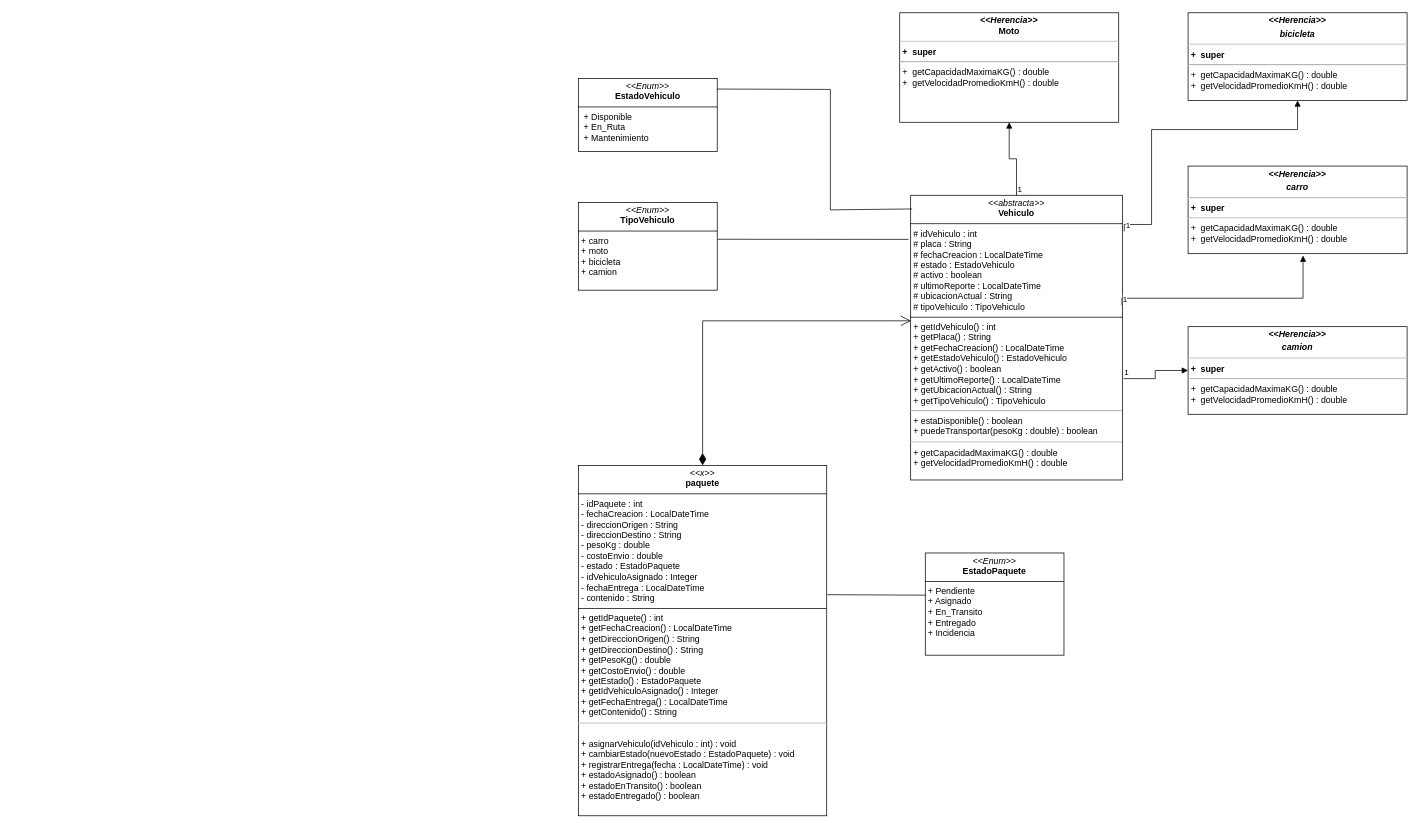
The draw.io diagram Java/Proyectos/Curso_Cliente_Servidor/Diagrama sin título.drawio in BATRUCHO/university-projects, before the edit. Source tidied: cells renumbered, new cells numbered last; positions are measured from the earlier drawing's top-left corner, leaving out a move shared by most shapes. Both pictures are drawn from the tidied source at 73%, with x=0, y=0 at pixel (578, 12).
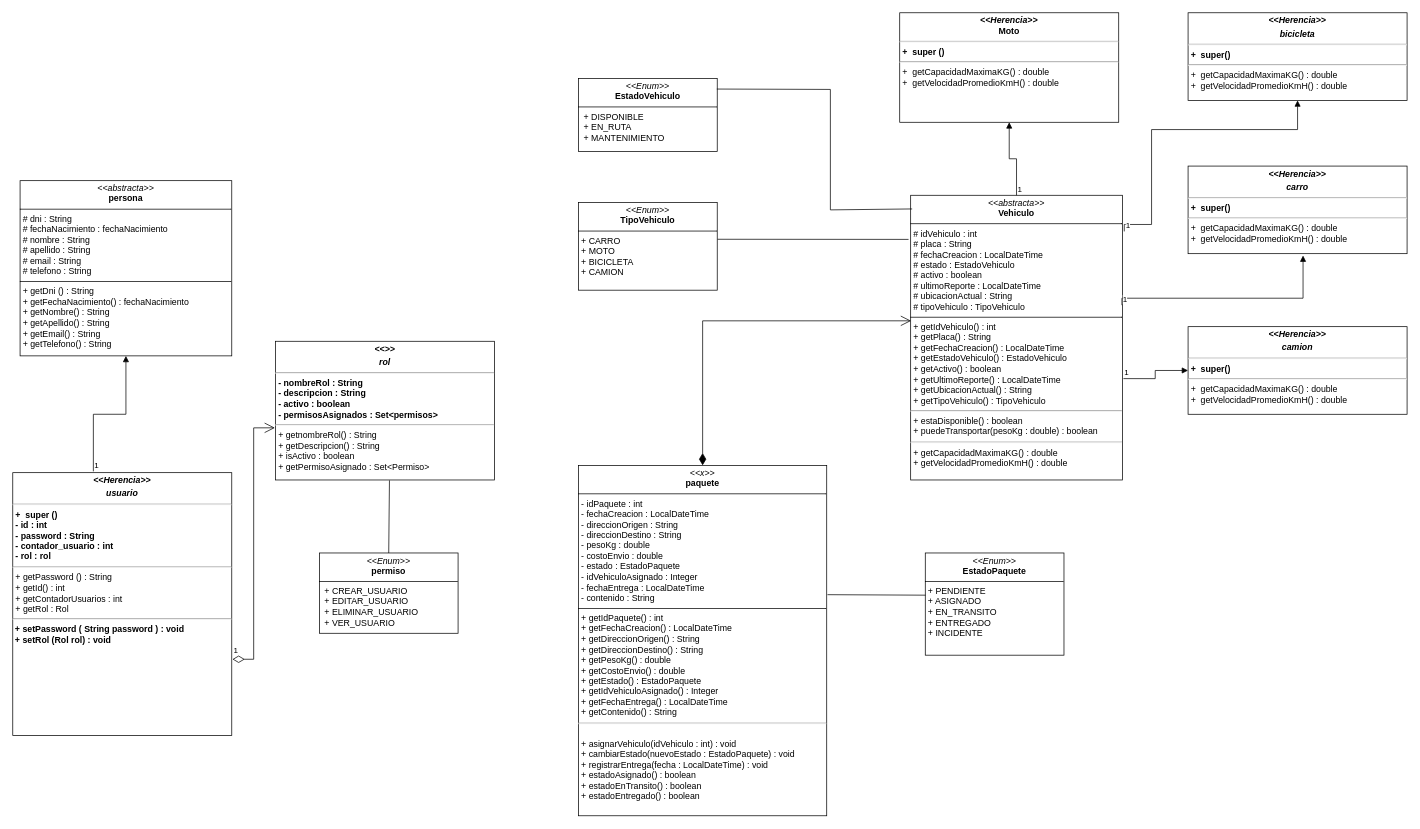
The same diagram, later.

Diff of the diagram source:
```diff
@@
-    <mxCell id="2" value="&lt;p style=&quot;margin:0px;margin-top:4px;text-align:center;&quot;&gt;&lt;i&gt;&amp;lt;&amp;lt;Herencia&amp;gt;&amp;gt;&lt;/i&gt;&lt;br&gt;Moto&lt;/p&gt;&lt;hr&gt;&lt;p style=&quot;margin:0px;margin-left:4px;&quot;&gt;+&amp;nbsp; super&lt;/p&gt;&lt;hr&gt;&lt;p style=&quot;font-weight: 400; margin: 0px 0px 0px 4px;&quot;&gt;+&amp;nbsp; getCapacidadMaximaKG() : double&lt;/p&gt;&lt;p style=&quot;font-weight: 400; margin: 0px 0px 0px 4px;&quot;&gt;+&amp;nbsp; getVelocidadPromedioKmH() : double&lt;/p&gt;" style="verticalAlign=top;align=left;overflow=fill;html=1;whiteSpace=wrap;fontStyle=1;" parent="1" vertex="1">
+    <mxCell id="2" value="&lt;p style=&quot;margin:0px;margin-top:4px;text-align:center;&quot;&gt;&lt;i&gt;&amp;lt;&amp;lt;Herencia&amp;gt;&amp;gt;&lt;/i&gt;&lt;br&gt;Moto&lt;/p&gt;&lt;hr&gt;&lt;p style=&quot;margin:0px;margin-left:4px;&quot;&gt;+&amp;nbsp; super ()&lt;/p&gt;&lt;hr&gt;&lt;p style=&quot;font-weight: 400; margin: 0px 0px 0px 4px;&quot;&gt;+&amp;nbsp; getCapacidadMaximaKG() : double&lt;/p&gt;&lt;p style=&quot;font-weight: 400; margin: 0px 0px 0px 4px;&quot;&gt;+&amp;nbsp; getVelocidadPromedioKmH() : double&lt;/p&gt;" style="verticalAlign=top;align=left;overflow=fill;html=1;whiteSpace=wrap;fontStyle=1;" parent="1" vertex="1">
       <mxGeometry x="440" width="300" height="150" as="geometry" />
     </mxCell>
@@
-    <mxCell id="4" value="&lt;p style=&quot;margin:0px;margin-top:4px;text-align:center;&quot;&gt;&lt;i&gt;&amp;lt;&amp;lt;Enum&amp;gt;&amp;gt;&lt;/i&gt;&lt;br&gt;&lt;b&gt;EstadoPaquete&lt;/b&gt;&lt;/p&gt;&lt;hr size=&quot;1&quot; style=&quot;border-style:solid;&quot;&gt;&lt;p style=&quot;margin:0px;margin-left:4px;&quot;&gt;+ Pendiente&lt;/p&gt;&lt;p style=&quot;margin:0px;margin-left:4px;&quot;&gt;+ Asignado&lt;/p&gt;&lt;p style=&quot;margin:0px;margin-left:4px;&quot;&gt;+ En_Transito&lt;/p&gt;&lt;p style=&quot;margin:0px;margin-left:4px;&quot;&gt;+ Entregado&lt;/p&gt;&lt;p style=&quot;margin:0px;margin-left:4px;&quot;&gt;+ Incidencia&lt;/p&gt;" style="verticalAlign=top;align=left;overflow=fill;html=1;whiteSpace=wrap;" parent="1" vertex="1">
+    <mxCell id="4" value="&lt;p style=&quot;margin:0px;margin-top:4px;text-align:center;&quot;&gt;&lt;i&gt;&amp;lt;&amp;lt;Enum&amp;gt;&amp;gt;&lt;/i&gt;&lt;br&gt;&lt;b&gt;EstadoPaquete&lt;/b&gt;&lt;/p&gt;&lt;hr size=&quot;1&quot; style=&quot;border-style:solid;&quot;&gt;&lt;p style=&quot;margin:0px;margin-left:4px;&quot;&gt;+ PENDIENTE&lt;/p&gt;&lt;p style=&quot;margin:0px;margin-left:4px;&quot;&gt;+ ASIGNADO&lt;/p&gt;&lt;p style=&quot;margin:0px;margin-left:4px;&quot;&gt;+ EN_TRANSITO&lt;/p&gt;&lt;p style=&quot;margin:0px;margin-left:4px;&quot;&gt;+ ENTREGADO&lt;/p&gt;&lt;p style=&quot;margin:0px;margin-left:4px;&quot;&gt;+ INCIDENTE&lt;/p&gt;" style="verticalAlign=top;align=left;overflow=fill;html=1;whiteSpace=wrap;" parent="1" vertex="1">
       <mxGeometry x="475" y="740" width="190" height="140" as="geometry" />
     </mxCell>
-    <mxCell id="5" value="&lt;p style=&quot;margin:0px;margin-top:4px;text-align:center;&quot;&gt;&lt;i&gt;&amp;lt;&amp;lt;Enum&amp;gt;&amp;gt;&lt;/i&gt;&lt;br&gt;&lt;b&gt;EstadoVehiculo&lt;/b&gt;&lt;/p&gt;&lt;hr size=&quot;1&quot; style=&quot;border-style:solid;&quot;&gt;&lt;p style=&quot;margin:0px;margin-left:4px;&quot;&gt;&amp;nbsp;+ Disponible&lt;/p&gt;&lt;p style=&quot;margin:0px;margin-left:4px;&quot;&gt;&amp;nbsp;+ En_Ruta&lt;/p&gt;&lt;p style=&quot;margin:0px;margin-left:4px;&quot;&gt;&amp;nbsp;+ Mantenimiento&lt;/p&gt;" style="verticalAlign=top;align=left;overflow=fill;html=1;whiteSpace=wrap;" parent="1" vertex="1">
+    <mxCell id="5" value="&lt;p style=&quot;margin:0px;margin-top:4px;text-align:center;&quot;&gt;&lt;i&gt;&amp;lt;&amp;lt;Enum&amp;gt;&amp;gt;&lt;/i&gt;&lt;br&gt;&lt;b&gt;EstadoVehiculo&lt;/b&gt;&lt;/p&gt;&lt;hr size=&quot;1&quot; style=&quot;border-style:solid;&quot;&gt;&lt;p style=&quot;margin:0px;margin-left:4px;&quot;&gt;&amp;nbsp;+ DISPONIBLE&lt;/p&gt;&lt;p style=&quot;margin:0px;margin-left:4px;&quot;&gt;&amp;nbsp;+ EN_RUTA&lt;/p&gt;&lt;p style=&quot;margin:0px;margin-left:4px;&quot;&gt;&amp;nbsp;+ MANTENIMIENTO&lt;/p&gt;" style="verticalAlign=top;align=left;overflow=fill;html=1;whiteSpace=wrap;" parent="1" vertex="1">
       <mxGeometry y="90" width="190" height="100" as="geometry" />
     </mxCell>
@@
-    <mxCell id="7" value="&lt;p style=&quot;margin:0px;margin-top:4px;text-align:center;&quot;&gt;&lt;i&gt;&amp;lt;&amp;lt;Herencia&amp;gt;&amp;gt;&lt;/i&gt;&lt;br&gt;&lt;/p&gt;&lt;p style=&quot;margin:0px;margin-top:4px;text-align:center;&quot;&gt;&lt;i&gt;bicicleta&lt;/i&gt;&lt;/p&gt;&lt;hr&gt;&lt;p style=&quot;margin:0px;margin-left:4px;&quot;&gt;+&amp;nbsp; super&lt;/p&gt;&lt;hr&gt;&lt;p style=&quot;font-weight: 400; margin: 0px 0px 0px 4px;&quot;&gt;+&amp;nbsp; getCapacidadMaximaKG() : double&lt;/p&gt;&lt;p style=&quot;font-weight: 400; margin: 0px 0px 0px 4px;&quot;&gt;+&amp;nbsp; getVelocidadPromedioKmH() : double&lt;/p&gt;" style="verticalAlign=top;align=left;overflow=fill;html=1;whiteSpace=wrap;fontStyle=1;" parent="1" vertex="1">
+    <mxCell id="7" value="&lt;p style=&quot;margin:0px;margin-top:4px;text-align:center;&quot;&gt;&lt;i&gt;&amp;lt;&amp;lt;Herencia&amp;gt;&amp;gt;&lt;/i&gt;&lt;br&gt;&lt;/p&gt;&lt;p style=&quot;margin:0px;margin-top:4px;text-align:center;&quot;&gt;&lt;i&gt;bicicleta&lt;/i&gt;&lt;/p&gt;&lt;hr&gt;&lt;p style=&quot;margin:0px;margin-left:4px;&quot;&gt;+&amp;nbsp; super()&lt;/p&gt;&lt;hr&gt;&lt;p style=&quot;font-weight: 400; margin: 0px 0px 0px 4px;&quot;&gt;+&amp;nbsp; getCapacidadMaximaKG() : double&lt;/p&gt;&lt;p style=&quot;font-weight: 400; margin: 0px 0px 0px 4px;&quot;&gt;+&amp;nbsp; getVelocidadPromedioKmH() : double&lt;/p&gt;" style="verticalAlign=top;align=left;overflow=fill;html=1;whiteSpace=wrap;fontStyle=1;" parent="1" vertex="1">
       <mxGeometry x="835" width="300" height="120" as="geometry" />
     </mxCell>
-    <mxCell id="8" value="&lt;p style=&quot;margin:0px;margin-top:4px;text-align:center;&quot;&gt;&lt;i&gt;&amp;lt;&amp;lt;Herencia&amp;gt;&amp;gt;&lt;/i&gt;&lt;br&gt;&lt;/p&gt;&lt;p style=&quot;margin:0px;margin-top:4px;text-align:center;&quot;&gt;&lt;i&gt;carro&lt;/i&gt;&lt;/p&gt;&lt;hr&gt;&lt;p style=&quot;margin:0px;margin-left:4px;&quot;&gt;+&amp;nbsp; super&lt;/p&gt;&lt;hr&gt;&lt;p style=&quot;font-weight: 400; margin: 0px 0px 0px 4px;&quot;&gt;+&amp;nbsp; getCapacidadMaximaKG() : double&lt;/p&gt;&lt;p style=&quot;font-weight: 400; margin: 0px 0px 0px 4px;&quot;&gt;+&amp;nbsp; getVelocidadPromedioKmH() : double&lt;/p&gt;" style="verticalAlign=top;align=left;overflow=fill;html=1;whiteSpace=wrap;fontStyle=1;" parent="1" vertex="1">
+    <mxCell id="8" value="&lt;p style=&quot;margin:0px;margin-top:4px;text-align:center;&quot;&gt;&lt;i&gt;&amp;lt;&amp;lt;Herencia&amp;gt;&amp;gt;&lt;/i&gt;&lt;br&gt;&lt;/p&gt;&lt;p style=&quot;margin:0px;margin-top:4px;text-align:center;&quot;&gt;&lt;i&gt;carro&lt;/i&gt;&lt;/p&gt;&lt;hr&gt;&lt;p style=&quot;margin:0px;margin-left:4px;&quot;&gt;+&amp;nbsp; super()&lt;/p&gt;&lt;hr&gt;&lt;p style=&quot;font-weight: 400; margin: 0px 0px 0px 4px;&quot;&gt;+&amp;nbsp; getCapacidadMaximaKG() : double&lt;/p&gt;&lt;p style=&quot;font-weight: 400; margin: 0px 0px 0px 4px;&quot;&gt;+&amp;nbsp; getVelocidadPromedioKmH() : double&lt;/p&gt;" style="verticalAlign=top;align=left;overflow=fill;html=1;whiteSpace=wrap;fontStyle=1;" parent="1" vertex="1">
       <mxGeometry x="835" y="210" width="300" height="120" as="geometry" />
     </mxCell>
-    <mxCell id="9" value="&lt;p style=&quot;margin:0px;margin-top:4px;text-align:center;&quot;&gt;&lt;i&gt;&amp;lt;&amp;lt;Herencia&amp;gt;&amp;gt;&lt;/i&gt;&lt;br&gt;&lt;/p&gt;&lt;p style=&quot;margin:0px;margin-top:4px;text-align:center;&quot;&gt;&lt;i&gt;camion&lt;/i&gt;&lt;/p&gt;&lt;hr&gt;&lt;p style=&quot;margin:0px;margin-left:4px;&quot;&gt;+&amp;nbsp; super&lt;/p&gt;&lt;hr&gt;&lt;p style=&quot;font-weight: 400; margin: 0px 0px 0px 4px;&quot;&gt;+&amp;nbsp; getCapacidadMaximaKG() : double&lt;/p&gt;&lt;p style=&quot;font-weight: 400; margin: 0px 0px 0px 4px;&quot;&gt;+&amp;nbsp; getVelocidadPromedioKmH() : double&lt;/p&gt;" style="verticalAlign=top;align=left;overflow=fill;html=1;whiteSpace=wrap;fontStyle=1;" parent="1" vertex="1">
+    <mxCell id="9" value="&lt;p style=&quot;margin:0px;margin-top:4px;text-align:center;&quot;&gt;&lt;i&gt;&amp;lt;&amp;lt;Herencia&amp;gt;&amp;gt;&lt;/i&gt;&lt;br&gt;&lt;/p&gt;&lt;p style=&quot;margin:0px;margin-top:4px;text-align:center;&quot;&gt;&lt;i&gt;camion&lt;/i&gt;&lt;/p&gt;&lt;hr&gt;&lt;p style=&quot;margin:0px;margin-left:4px;&quot;&gt;+&amp;nbsp; super()&lt;/p&gt;&lt;hr&gt;&lt;p style=&quot;font-weight: 400; margin: 0px 0px 0px 4px;&quot;&gt;+&amp;nbsp; getCapacidadMaximaKG() : double&lt;/p&gt;&lt;p style=&quot;font-weight: 400; margin: 0px 0px 0px 4px;&quot;&gt;+&amp;nbsp; getVelocidadPromedioKmH() : double&lt;/p&gt;" style="verticalAlign=top;align=left;overflow=fill;html=1;whiteSpace=wrap;fontStyle=1;" parent="1" vertex="1">
       <mxGeometry x="835" y="430" width="300" height="120" as="geometry" />
     </mxCell>
@@
-    <mxCell id="19" value="&lt;p style=&quot;margin:0px;margin-top:4px;text-align:center;&quot;&gt;&lt;i&gt;&amp;lt;&amp;lt;Enum&amp;gt;&amp;gt;&lt;/i&gt;&lt;br&gt;&lt;b&gt;TipoVehiculo&lt;/b&gt;&lt;/p&gt;&lt;hr size=&quot;1&quot; style=&quot;border-style:solid;&quot;&gt;&lt;p style=&quot;margin:0px;margin-left:4px;&quot;&gt;+ carro&lt;/p&gt;&lt;p style=&quot;margin:0px;margin-left:4px;&quot;&gt;+ moto&lt;/p&gt;&lt;p style=&quot;margin:0px;margin-left:4px;&quot;&gt;+ bicicleta&amp;nbsp;&lt;/p&gt;&lt;p style=&quot;margin:0px;margin-left:4px;&quot;&gt;+ camion&lt;/p&gt;&lt;p style=&quot;margin:0px;margin-left:4px;&quot;&gt;&lt;br&gt;&lt;/p&gt;" style="verticalAlign=top;align=left;overflow=fill;html=1;whiteSpace=wrap;" parent="1" vertex="1">
+    <mxCell id="19" value="&lt;p style=&quot;margin:0px;margin-top:4px;text-align:center;&quot;&gt;&lt;i&gt;&amp;lt;&amp;lt;Enum&amp;gt;&amp;gt;&lt;/i&gt;&lt;br&gt;&lt;b&gt;TipoVehiculo&lt;/b&gt;&lt;/p&gt;&lt;hr size=&quot;1&quot; style=&quot;border-style:solid;&quot;&gt;&lt;p style=&quot;margin:0px;margin-left:4px;&quot;&gt;+ CARRO&lt;/p&gt;&lt;p style=&quot;margin:0px;margin-left:4px;&quot;&gt;+ MOTO&lt;/p&gt;&lt;p style=&quot;margin:0px;margin-left:4px;&quot;&gt;+ BICICLETA&amp;nbsp;&lt;/p&gt;&lt;p style=&quot;margin:0px;margin-left:4px;&quot;&gt;+ CAMION&lt;/p&gt;&lt;p style=&quot;margin:0px;margin-left:4px;&quot;&gt;&lt;br&gt;&lt;/p&gt;" style="verticalAlign=top;align=left;overflow=fill;html=1;whiteSpace=wrap;" parent="1" vertex="1">
       <mxGeometry y="260" width="190" height="120" as="geometry" />
     </mxCell>
@@
+    <mxCell id="23" value="&lt;p style=&quot;margin:0px;margin-top:4px;text-align:center;&quot;&gt;&lt;i&gt;&amp;lt;&amp;lt;abstracta&amp;gt;&amp;gt;&lt;/i&gt;&lt;br&gt;&lt;b&gt;persona&lt;/b&gt;&lt;/p&gt;&lt;hr size=&quot;1&quot; style=&quot;border-style:solid;&quot;&gt;&lt;p style=&quot;margin:0px;margin-left:4px;&quot;&gt;# dni : String&lt;/p&gt;&lt;p style=&quot;margin:0px;margin-left:4px;&quot;&gt;# fechaNacimiento : fechaNacimiento&lt;/p&gt;&lt;p style=&quot;margin:0px;margin-left:4px;&quot;&gt;# nombre : String&lt;/p&gt;&lt;p style=&quot;margin:0px;margin-left:4px;&quot;&gt;# apellido : String&lt;/p&gt;&lt;p style=&quot;margin:0px;margin-left:4px;&quot;&gt;# email : String&amp;nbsp;&lt;/p&gt;&lt;p style=&quot;margin:0px;margin-left:4px;&quot;&gt;# telefono : String&lt;/p&gt;&lt;hr size=&quot;1&quot; style=&quot;border-style:solid;&quot;&gt;&lt;p style=&quot;margin:0px;margin-left:4px;&quot;&gt;+ getDni () : String&lt;/p&gt;&lt;p style=&quot;margin:0px;margin-left:4px;&quot;&gt;+ getFechaNacimiento() : fechaNacimiento&lt;/p&gt;&lt;p style=&quot;margin:0px;margin-left:4px;&quot;&gt;+ getNombre() : String&lt;/p&gt;&lt;p style=&quot;margin:0px;margin-left:4px;&quot;&gt;+ getApellido() : String&lt;/p&gt;&lt;p style=&quot;margin:0px;margin-left:4px;&quot;&gt;+ getEmail() : String&lt;/p&gt;&lt;p style=&quot;margin:0px;margin-left:4px;&quot;&gt;+ getTelefono() : String&lt;/p&gt;&lt;p style=&quot;margin:0px;margin-left:4px;&quot;&gt;&lt;br&gt;&lt;/p&gt;&lt;p style=&quot;margin:0px;margin-left:4px;&quot;&gt;&lt;br&gt;&lt;/p&gt;" style="verticalAlign=top;align=left;overflow=fill;html=1;whiteSpace=wrap;" parent="1" vertex="1">
+      <mxGeometry x="-765" y="230" width="290" height="240" as="geometry" />
+    </mxCell>
+    <mxCell id="24" value="&lt;p style=&quot;margin:0px;margin-top:4px;text-align:center;&quot;&gt;&lt;i&gt;&amp;lt;&amp;lt;Enum&amp;gt;&amp;gt;&lt;/i&gt;&lt;br&gt;&lt;b&gt;permiso&lt;/b&gt;&lt;/p&gt;&lt;hr size=&quot;1&quot; style=&quot;border-style:solid;&quot;&gt;&lt;p style=&quot;margin:0px;margin-left:4px;&quot;&gt;&amp;nbsp;+ CREAR_USUARIO&lt;/p&gt;&lt;p style=&quot;margin:0px;margin-left:4px;&quot;&gt;&amp;nbsp;+ EDITAR_USUARIO&lt;/p&gt;&lt;p style=&quot;margin:0px;margin-left:4px;&quot;&gt;&amp;nbsp;+ ELIMINAR_USUARIO&lt;/p&gt;&lt;p style=&quot;margin:0px;margin-left:4px;&quot;&gt;&amp;nbsp;+ VER_USUARIO&lt;/p&gt;&lt;p style=&quot;margin:0px;margin-left:4px;&quot;&gt;&lt;br&gt;&lt;/p&gt;" style="verticalAlign=top;align=left;overflow=fill;html=1;whiteSpace=wrap;" parent="1" vertex="1">
+      <mxGeometry x="-355" y="740" width="190" height="110" as="geometry" />
+    </mxCell>
+    <mxCell id="25" value="&lt;p style=&quot;margin:0px;margin-top:4px;text-align:center;&quot;&gt;&lt;i&gt;&amp;lt;&amp;lt;&amp;gt;&amp;gt;&lt;/i&gt;&lt;br&gt;&lt;/p&gt;&lt;p style=&quot;margin:0px;margin-top:4px;text-align:center;&quot;&gt;&lt;i&gt;rol&lt;/i&gt;&lt;/p&gt;&lt;hr&gt;&lt;p style=&quot;margin:0px;margin-left:4px;&quot;&gt;- nombreRol : String&lt;/p&gt;&lt;p style=&quot;margin:0px;margin-left:4px;&quot;&gt;- descripcion : String&lt;/p&gt;&lt;p style=&quot;margin:0px;margin-left:4px;&quot;&gt;- activo : boolean&lt;/p&gt;&lt;p style=&quot;margin:0px;margin-left:4px;&quot;&gt;- permisosAsignados : Set&amp;lt;permisos&amp;gt;&amp;nbsp;&lt;/p&gt;&lt;hr&gt;&lt;p style=&quot;font-weight: 400; margin: 0px 0px 0px 4px;&quot;&gt;+ getnombreRol() : String&lt;/p&gt;&lt;p style=&quot;font-weight: 400; margin: 0px 0px 0px 4px;&quot;&gt;+ getDescripcion() : String&lt;/p&gt;&lt;p style=&quot;font-weight: 400; margin: 0px 0px 0px 4px;&quot;&gt;+ isActivo : boolean&lt;/p&gt;&lt;p style=&quot;font-weight: 400; margin: 0px 0px 0px 4px;&quot;&gt;+ getPermisoAsignado : Set&amp;lt;Permiso&amp;gt;&lt;/p&gt;" style="verticalAlign=top;align=left;overflow=fill;html=1;whiteSpace=wrap;fontStyle=1;" parent="1" vertex="1">
+      <mxGeometry x="-415" y="450" width="300" height="190" as="geometry" />
+    </mxCell>
+    <mxCell id="26" value="&lt;p style=&quot;margin:0px;margin-top:4px;text-align:center;&quot;&gt;&lt;i&gt;&amp;lt;&amp;lt;Herencia&amp;gt;&amp;gt;&lt;/i&gt;&lt;br&gt;&lt;/p&gt;&lt;p style=&quot;margin:0px;margin-top:4px;text-align:center;&quot;&gt;&lt;i&gt;usuario&lt;/i&gt;&lt;/p&gt;&lt;hr&gt;&lt;p style=&quot;margin:0px;margin-left:4px;&quot;&gt;+&amp;nbsp; super ()&lt;/p&gt;&lt;p style=&quot;margin:0px;margin-left:4px;&quot;&gt;- id : int&lt;/p&gt;&lt;p style=&quot;margin:0px;margin-left:4px;&quot;&gt;- password : String&lt;/p&gt;&lt;p style=&quot;margin:0px;margin-left:4px;&quot;&gt;- contador_usuario : int&lt;/p&gt;&lt;p style=&quot;margin:0px;margin-left:4px;&quot;&gt;- rol : rol&lt;/p&gt;&lt;hr&gt;&lt;p style=&quot;font-weight: 400; margin: 0px 0px 0px 4px;&quot;&gt;+ getPassword () : String&lt;/p&gt;&lt;p style=&quot;font-weight: 400; margin: 0px 0px 0px 4px;&quot;&gt;+ getId() : int&lt;/p&gt;&lt;p style=&quot;font-weight: 400; margin: 0px 0px 0px 4px;&quot;&gt;+ getContadorUsuarios : int&lt;/p&gt;&lt;p style=&quot;font-weight: 400; margin: 0px 0px 0px 4px;&quot;&gt;+ getRol : Rol&lt;/p&gt;&lt;hr&gt;&amp;nbsp;+ setPassword ( String password ) : void&lt;div&gt;&amp;nbsp;+ setRol (Rol rol) : void&lt;/div&gt;" style="verticalAlign=top;align=left;overflow=fill;html=1;whiteSpace=wrap;fontStyle=1;" parent="1" vertex="1">
+      <mxGeometry x="-775" y="630" width="300" height="360" as="geometry" />
+    </mxCell>
+    <mxCell id="27" value="1" style="endArrow=open;html=1;endSize=12;startArrow=diamondThin;startSize=14;startFill=0;edgeStyle=orthogonalEdgeStyle;align=left;verticalAlign=bottom;rounded=0;exitX=1.003;exitY=0.71;exitDx=0;exitDy=0;exitPerimeter=0;entryX=-0.003;entryY=0.624;entryDx=0;entryDy=0;entryPerimeter=0;" parent="1" edge="1" source="26" target="25">
+      <mxGeometry x="-1" y="3" relative="1" as="geometry" />
+    </mxCell>
+    <mxCell id="28" style="endArrow=none;html=1;rounded=0;entryX=0.5;entryY=0;entryDx=0;entryDy=0;exitX=0.52;exitY=1.003;exitDx=0;exitDy=0;exitPerimeter=0;" parent="1" edge="1" source="25" target="24">
+      <mxGeometry relative="1" as="geometry" />
+    </mxCell>
+    <mxCell id="29" style="endArrow=block;endFill=1;html=1;edgeStyle=orthogonalEdgeStyle;align=left;verticalAlign=top;rounded=0;exitX=0.368;exitY=-0.005;exitDx=0;exitDy=0;entryX=0.5;entryY=1;entryDx=0;entryDy=0;exitPerimeter=0;" parent="1" edge="1" source="26" target="23">
+      <mxGeometry x="-1" relative="1" as="geometry" />
+    </mxCell>
+    <mxCell id="30" value="1" style="edgeLabel;html=1;align=left;verticalAlign=bottom;" parent="29" vertex="1">
+      <mxGeometry x="-1" relative="1" as="geometry" />
+    </mxCell>
```
